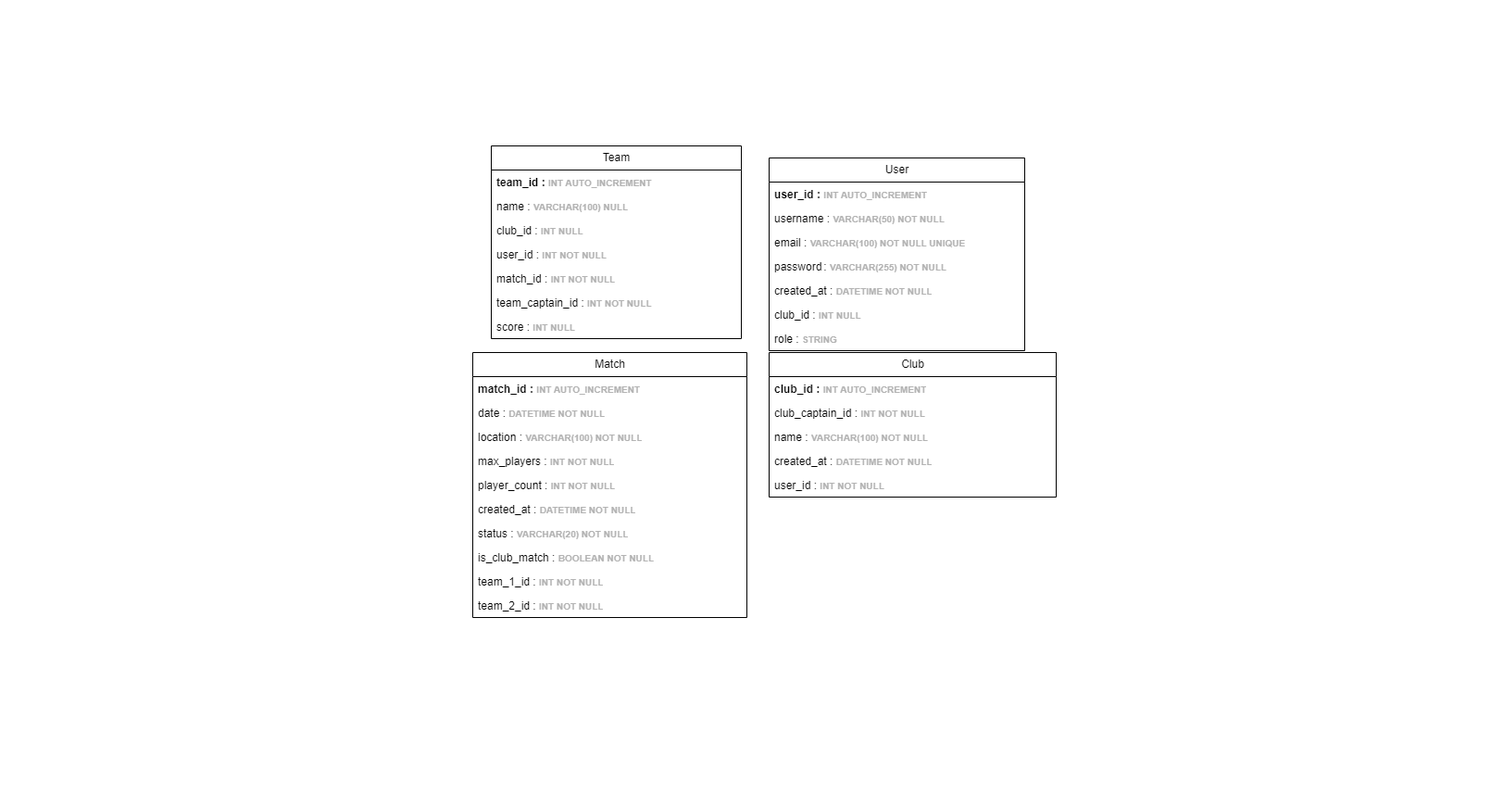
The draw.io diagram MPD.drawio.png in Mathistrg/Styx, before a commit. Source tidied: cells renumbered, new cells last; positions are measured from the earlier drawing's top-left corner, leaving out a move shared by most shapes. Its diagram source:
```xml
<mxGraphModel>
  <root>
    <mxCell id="0" />
    <mxCell id="1" parent="0" />
    <mxCell id="2" style="rounded=0;whiteSpace=wrap;html=1;strokeColor=none;" parent="1" vertex="1">
      <mxGeometry width="1610" height="870" as="geometry" />
    </mxCell>
    <mxCell id="3" value="User" style="swimlane;fontStyle=0;horizontal=1;startSize=26;fillColor=none;html=1;" parent="1" vertex="1">
      <mxGeometry x="830" y="170" width="276" height="208" as="geometry" />
    </mxCell>
    <mxCell id="4" value="&lt;b&gt;user_id :&amp;nbsp;&lt;font style=&quot;font-size: 10px; color: rgb(179, 179, 179);&quot;&gt;INT AUTO_INCREMENT&lt;/font&gt;&lt;/b&gt;" style="text;strokeColor=none;fillColor=none;align=left;verticalAlign=top;spacingLeft=4;spacingRight=4;overflow=hidden;whiteSpace=wrap;html=1;" parent="3" vertex="1">
      <mxGeometry y="26" width="276" height="26" as="geometry" />
    </mxCell>
    <mxCell id="5" value="username :&amp;nbsp;&lt;font color=&quot;#b3b3b3&quot;&gt;&lt;span style=&quot;font-size: 10px;&quot;&gt;&lt;b&gt;VARCHAR(50) NOT NULL&lt;/b&gt;&lt;/span&gt;&lt;/font&gt;" style="text;strokeColor=none;fillColor=none;align=left;verticalAlign=top;spacingLeft=4;spacingRight=4;overflow=hidden;whiteSpace=wrap;html=1;" parent="3" vertex="1">
      <mxGeometry y="52" width="276" height="26" as="geometry" />
    </mxCell>
    <mxCell id="6" value="email :&amp;nbsp;&lt;font color=&quot;#b3b3b3&quot;&gt;&lt;span style=&quot;font-size: 10px;&quot;&gt;&lt;b&gt;VARCHAR(100) NOT NULL UNIQUE&lt;/b&gt;&lt;/span&gt;&lt;/font&gt;" style="text;strokeColor=none;fillColor=none;align=left;verticalAlign=top;spacingLeft=4;spacingRight=4;overflow=hidden;whiteSpace=wrap;html=1;" parent="3" vertex="1">
      <mxGeometry y="78" width="276" height="26" as="geometry" />
    </mxCell>
    <mxCell id="7" value="password&lt;span style=&quot;white-space: pre;&quot;&gt;&#9;&lt;/span&gt;:&amp;nbsp;&lt;font color=&quot;#b3b3b3&quot;&gt;&lt;span style=&quot;font-size: 10px;&quot;&gt;&lt;b&gt;VARCHAR(255) NOT NULL&lt;/b&gt;&lt;/span&gt;&lt;/font&gt;" style="text;strokeColor=none;fillColor=none;align=left;verticalAlign=top;spacingLeft=4;spacingRight=4;overflow=hidden;whiteSpace=wrap;html=1;" parent="3" vertex="1">
      <mxGeometry y="104" width="276" height="26" as="geometry" />
    </mxCell>
    <mxCell id="8" value="created_at :&amp;nbsp;&lt;font color=&quot;#b3b3b3&quot;&gt;&lt;span style=&quot;font-size: 10px;&quot;&gt;&lt;b&gt;DATETIME NOT NULL&lt;/b&gt;&lt;/span&gt;&lt;/font&gt;" style="text;strokeColor=none;fillColor=none;align=left;verticalAlign=top;spacingLeft=4;spacingRight=4;overflow=hidden;whiteSpace=wrap;html=1;" parent="3" vertex="1">
      <mxGeometry y="130" width="276" height="26" as="geometry" />
    </mxCell>
    <mxCell id="9" value="club_id : &lt;font color=&quot;#b3b3b3&quot;&gt;&lt;span style=&quot;font-size: 10px;&quot;&gt;&lt;b&gt;INT NULL&lt;/b&gt;&lt;/span&gt;&lt;/font&gt;" style="text;strokeColor=none;fillColor=none;align=left;verticalAlign=top;spacingLeft=4;spacingRight=4;overflow=hidden;whiteSpace=wrap;html=1;" parent="3" vertex="1">
      <mxGeometry y="156" width="276" height="26" as="geometry" />
    </mxCell>
    <mxCell id="10" value="role : &lt;font color=&quot;#b3b3b3&quot;&gt;&lt;span style=&quot;font-size: 10px;&quot;&gt;&lt;b&gt;STRING&lt;/b&gt;&lt;/span&gt;&lt;/font&gt;" style="text;strokeColor=none;fillColor=none;align=left;verticalAlign=top;spacingLeft=4;spacingRight=4;overflow=hidden;whiteSpace=wrap;html=1;" parent="3" vertex="1">
      <mxGeometry y="182" width="276" height="26" as="geometry" />
    </mxCell>
    <mxCell id="11" value="Match" style="swimlane;fontStyle=0;horizontal=1;startSize=26;fillColor=none;html=1;" parent="1" vertex="1">
      <mxGeometry x="510" y="380" width="296" height="286" as="geometry" />
    </mxCell>
    <mxCell id="12" value="&lt;b&gt;match_id : &lt;/b&gt;&lt;b style=&quot;color: rgb(179, 179, 179); font-size: 10px;&quot;&gt;INT AUTO_INCREMENT&lt;/b&gt;" style="text;strokeColor=none;fillColor=none;align=left;verticalAlign=top;spacingLeft=4;spacingRight=4;overflow=hidden;whiteSpace=wrap;html=1;" parent="11" vertex="1">
      <mxGeometry y="26" width="296" height="26" as="geometry" />
    </mxCell>
    <mxCell id="13" value="date&lt;span style=&quot;white-space: pre;&quot;&gt;&#9;&lt;/span&gt;:&amp;nbsp;&lt;b style=&quot;color: rgb(179, 179, 179); font-size: 10px;&quot;&gt;DATETIME NOT NULL&lt;/b&gt;" style="text;strokeColor=none;fillColor=none;align=left;verticalAlign=top;spacingLeft=4;spacingRight=4;overflow=hidden;whiteSpace=wrap;html=1;" parent="11" vertex="1">
      <mxGeometry y="52" width="296" height="26" as="geometry" />
    </mxCell>
    <mxCell id="14" value="location :&amp;nbsp;&lt;b style=&quot;color: rgb(179, 179, 179); font-size: 10px;&quot;&gt;VARCHAR(100) NOT NULL&lt;/b&gt;" style="text;strokeColor=none;fillColor=none;align=left;verticalAlign=top;spacingLeft=4;spacingRight=4;overflow=hidden;whiteSpace=wrap;html=1;" parent="11" vertex="1">
      <mxGeometry y="78" width="296" height="26" as="geometry" />
    </mxCell>
    <mxCell id="15" value="max_players :&amp;nbsp;&lt;b style=&quot;color: rgb(179, 179, 179); font-size: 10px;&quot;&gt;INT NOT NULL&lt;/b&gt;" style="text;strokeColor=none;fillColor=none;align=left;verticalAlign=top;spacingLeft=4;spacingRight=4;overflow=hidden;whiteSpace=wrap;html=1;" parent="11" vertex="1">
      <mxGeometry y="104" width="296" height="26" as="geometry" />
    </mxCell>
    <mxCell id="16" value="player_count :&amp;nbsp;&lt;b style=&quot;color: rgb(179, 179, 179); font-size: 10px;&quot;&gt;INT NOT NULL&lt;/b&gt;" style="text;strokeColor=none;fillColor=none;align=left;verticalAlign=top;spacingLeft=4;spacingRight=4;overflow=hidden;whiteSpace=wrap;html=1;" parent="11" vertex="1">
      <mxGeometry y="130" width="296" height="26" as="geometry" />
    </mxCell>
    <mxCell id="17" value="created_at :&amp;nbsp;&lt;b style=&quot;color: rgb(179, 179, 179); font-size: 10px;&quot;&gt;DATETIME NOT NULL&lt;/b&gt;" style="text;strokeColor=none;fillColor=none;align=left;verticalAlign=top;spacingLeft=4;spacingRight=4;overflow=hidden;whiteSpace=wrap;html=1;" parent="11" vertex="1">
      <mxGeometry y="156" width="296" height="26" as="geometry" />
    </mxCell>
    <mxCell id="18" value="status :&amp;nbsp;&lt;b style=&quot;color: rgb(179, 179, 179); font-size: 10px;&quot;&gt;VARCHAR(20) NOT NULL&lt;/b&gt;" style="text;strokeColor=none;fillColor=none;align=left;verticalAlign=top;spacingLeft=4;spacingRight=4;overflow=hidden;whiteSpace=wrap;html=1;" parent="11" vertex="1">
      <mxGeometry y="182" width="296" height="26" as="geometry" />
    </mxCell>
    <mxCell id="19" value="is_club_match :&amp;nbsp;&lt;b style=&quot;color: rgb(179, 179, 179); font-size: 10px;&quot;&gt;BOOLEAN NOT NULL&lt;/b&gt;&lt;span style=&quot;white-space: pre;&quot;&gt;&#9;&lt;/span&gt;&lt;span style=&quot;white-space: pre;&quot;&gt;&#9;&lt;/span&gt;&lt;span style=&quot;white-space: pre;&quot;&gt;&#9;&lt;/span&gt;" style="text;strokeColor=none;fillColor=none;align=left;verticalAlign=top;spacingLeft=4;spacingRight=4;overflow=hidden;whiteSpace=wrap;html=1;" parent="11" vertex="1">
      <mxGeometry y="208" width="296" height="26" as="geometry" />
    </mxCell>
    <mxCell id="20" value="team_1_id : &lt;b style=&quot;color: rgb(179, 179, 179); font-size: 10px;&quot;&gt;INT NOT NULL&lt;/b&gt;" style="text;strokeColor=none;fillColor=none;align=left;verticalAlign=top;spacingLeft=4;spacingRight=4;overflow=hidden;whiteSpace=wrap;html=1;" parent="11" vertex="1">
      <mxGeometry y="234" width="296" height="26" as="geometry" />
    </mxCell>
    <mxCell id="21" value="team_2_id : &lt;b style=&quot;color: rgb(179, 179, 179); font-size: 10px;&quot;&gt;INT NOT NULL&lt;/b&gt;" style="text;strokeColor=none;fillColor=none;align=left;verticalAlign=top;spacingLeft=4;spacingRight=4;overflow=hidden;whiteSpace=wrap;html=1;" parent="11" vertex="1">
      <mxGeometry y="260" width="296" height="26" as="geometry" />
    </mxCell>
    <mxCell id="22" value="Club" style="swimlane;fontStyle=0;horizontal=1;startSize=26;fillColor=none;html=1;" parent="1" vertex="1">
      <mxGeometry x="830" y="380" width="310" height="156" as="geometry" />
    </mxCell>
    <mxCell id="23" value="&lt;b&gt;club_id :&amp;nbsp;&lt;font color=&quot;#b3b3b3&quot;&gt;&lt;span style=&quot;font-size: 10px;&quot;&gt;INT AUTO_INCREMENT&lt;/span&gt;&lt;/font&gt;&lt;/b&gt;" style="text;strokeColor=none;fillColor=none;align=left;verticalAlign=top;spacingLeft=4;spacingRight=4;overflow=hidden;whiteSpace=wrap;html=1;" parent="22" vertex="1">
      <mxGeometry y="26" width="310" height="26" as="geometry" />
    </mxCell>
    <mxCell id="24" value="club_captain_id : &lt;b style=&quot;color: rgb(179, 179, 179); font-size: 10px;&quot;&gt;INT NOT NULL&lt;/b&gt;" style="text;strokeColor=none;fillColor=none;align=left;verticalAlign=top;spacingLeft=4;spacingRight=4;overflow=hidden;whiteSpace=wrap;html=1;" parent="22" vertex="1">
      <mxGeometry y="52" width="310" height="26" as="geometry" />
    </mxCell>
    <mxCell id="25" value="name :&amp;nbsp;&lt;b style=&quot;color: rgb(179, 179, 179); font-size: 10px;&quot;&gt;VARCHAR(100) NOT NULL&lt;/b&gt;" style="text;strokeColor=none;fillColor=none;align=left;verticalAlign=top;spacingLeft=4;spacingRight=4;overflow=hidden;whiteSpace=wrap;html=1;" parent="22" vertex="1">
      <mxGeometry y="78" width="310" height="26" as="geometry" />
    </mxCell>
    <mxCell id="26" value="created_at :&amp;nbsp;&lt;b style=&quot;color: rgb(179, 179, 179); font-size: 10px;&quot;&gt;DATETIME NOT NULL&lt;/b&gt;" style="text;strokeColor=none;fillColor=none;align=left;verticalAlign=top;spacingLeft=4;spacingRight=4;overflow=hidden;whiteSpace=wrap;html=1;" parent="22" vertex="1">
      <mxGeometry y="104" width="310" height="26" as="geometry" />
    </mxCell>
    <mxCell id="27" value="user_id : &lt;b style=&quot;color: rgb(179, 179, 179); font-size: 10px;&quot;&gt;INT NOT NULL&lt;/b&gt;" style="text;strokeColor=none;fillColor=none;align=left;verticalAlign=top;spacingLeft=4;spacingRight=4;overflow=hidden;whiteSpace=wrap;html=1;" parent="22" vertex="1">
      <mxGeometry y="130" width="310" height="26" as="geometry" />
    </mxCell>
    <mxCell id="28" value="Team" style="swimlane;fontStyle=0;horizontal=1;startSize=26;fillColor=none;html=1;" parent="1" vertex="1">
      <mxGeometry x="530" y="157" width="270" height="208" as="geometry" />
    </mxCell>
    <mxCell id="29" value="&lt;b&gt;team_id : &lt;/b&gt;&lt;b style=&quot;color: rgb(179, 179, 179); font-size: 10px;&quot;&gt;INT AUTO_INCREMENT&lt;/b&gt;" style="text;strokeColor=none;fillColor=none;align=left;verticalAlign=top;spacingLeft=4;spacingRight=4;overflow=hidden;whiteSpace=wrap;html=1;" parent="28" vertex="1">
      <mxGeometry y="26" width="270" height="26" as="geometry" />
    </mxCell>
    <mxCell id="30" value="name :&amp;nbsp;&lt;b style=&quot;color: rgb(179, 179, 179); font-size: 10px;&quot;&gt;VARCHAR(100) NULL&lt;/b&gt;" style="text;strokeColor=none;fillColor=none;align=left;verticalAlign=top;spacingLeft=4;spacingRight=4;overflow=hidden;whiteSpace=wrap;html=1;" parent="28" vertex="1">
      <mxGeometry y="52" width="270" height="26" as="geometry" />
    </mxCell>
    <mxCell id="31" value="club_id : &lt;b style=&quot;color: rgb(179, 179, 179); font-size: 10px;&quot;&gt;INT NULL&lt;/b&gt;" style="text;strokeColor=none;fillColor=none;align=left;verticalAlign=top;spacingLeft=4;spacingRight=4;overflow=hidden;whiteSpace=wrap;html=1;" parent="28" vertex="1">
      <mxGeometry y="78" width="270" height="26" as="geometry" />
    </mxCell>
    <mxCell id="32" value="user_id : &lt;b style=&quot;color: rgb(179, 179, 179); font-size: 10px;&quot;&gt;INT NOT NULL&lt;/b&gt;" style="text;strokeColor=none;fillColor=none;align=left;verticalAlign=top;spacingLeft=4;spacingRight=4;overflow=hidden;whiteSpace=wrap;html=1;" parent="28" vertex="1">
      <mxGeometry y="104" width="270" height="26" as="geometry" />
    </mxCell>
    <mxCell id="33" value="match_id : &lt;b style=&quot;color: rgb(179, 179, 179); font-size: 10px;&quot;&gt;INT NOT NULL&lt;/b&gt;" style="text;strokeColor=none;fillColor=none;align=left;verticalAlign=top;spacingLeft=4;spacingRight=4;overflow=hidden;whiteSpace=wrap;html=1;" parent="28" vertex="1">
      <mxGeometry y="130" width="270" height="26" as="geometry" />
    </mxCell>
    <mxCell id="34" value="team_captain_id : &lt;b style=&quot;color: rgb(179, 179, 179); font-size: 10px;&quot;&gt;INT NOT NULL&lt;/b&gt;" style="text;strokeColor=none;fillColor=none;align=left;verticalAlign=top;spacingLeft=4;spacingRight=4;overflow=hidden;whiteSpace=wrap;html=1;" parent="28" vertex="1">
      <mxGeometry y="156" width="270" height="26" as="geometry" />
    </mxCell>
    <mxCell id="35" value="score :&amp;nbsp;&lt;b style=&quot;color: rgb(179, 179, 179); font-size: 10px;&quot;&gt;INT NULL&lt;/b&gt;" style="text;strokeColor=none;fillColor=none;align=left;verticalAlign=top;spacingLeft=4;spacingRight=4;overflow=hidden;whiteSpace=wrap;html=1;" parent="28" vertex="1">
      <mxGeometry y="182" width="270" height="26" as="geometry" />
    </mxCell>
  </root>
</mxGraphModel>
```
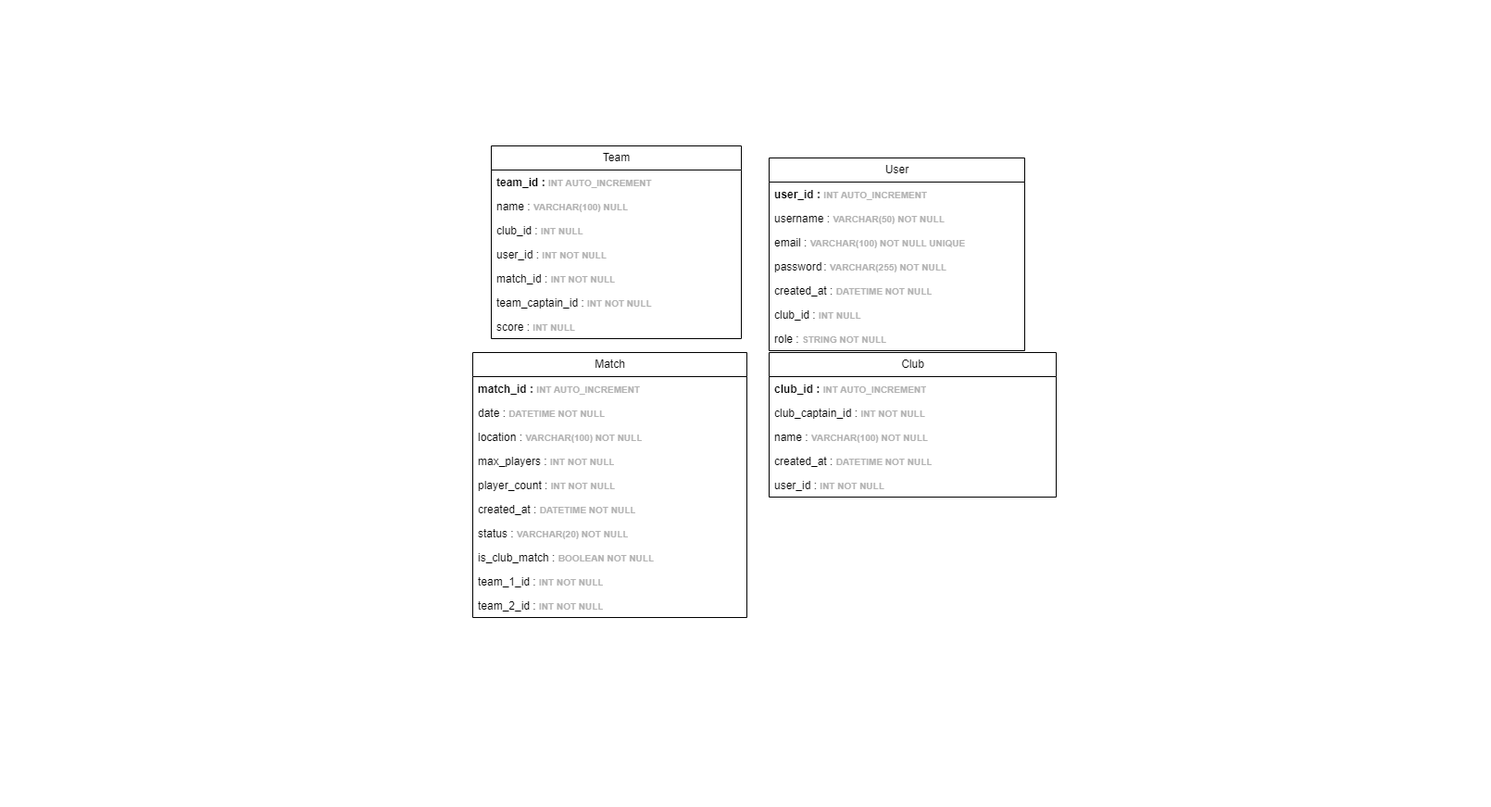
Later version of the same file.

Commit message:
Mettre à jour MPD.drawio.png

Change to the diagram source:
```diff
@@ -26,7 +26,7 @@
     <mxCell id="9" value="club_id : &lt;font color=&quot;#b3b3b3&quot;&gt;&lt;span style=&quot;font-size: 10px;&quot;&gt;&lt;b&gt;INT NULL&lt;/b&gt;&lt;/span&gt;&lt;/font&gt;" style="text;strokeColor=none;fillColor=none;align=left;verticalAlign=top;spacingLeft=4;spacingRight=4;overflow=hidden;whiteSpace=wrap;html=1;" parent="3" vertex="1">
       <mxGeometry y="156" width="276" height="26" as="geometry" />
     </mxCell>
-    <mxCell id="10" value="role : &lt;font color=&quot;#b3b3b3&quot;&gt;&lt;span style=&quot;font-size: 10px;&quot;&gt;&lt;b&gt;STRING&lt;/b&gt;&lt;/span&gt;&lt;/font&gt;" style="text;strokeColor=none;fillColor=none;align=left;verticalAlign=top;spacingLeft=4;spacingRight=4;overflow=hidden;whiteSpace=wrap;html=1;" parent="3" vertex="1">
+    <mxCell id="10" value="role : &lt;font color=&quot;#b3b3b3&quot;&gt;&lt;span style=&quot;font-size: 10px;&quot;&gt;&lt;b&gt;STRING NOT NULL&lt;/b&gt;&lt;/span&gt;&lt;/font&gt;" style="text;strokeColor=none;fillColor=none;align=left;verticalAlign=top;spacingLeft=4;spacingRight=4;overflow=hidden;whiteSpace=wrap;html=1;" parent="3" vertex="1">
       <mxGeometry y="182" width="276" height="26" as="geometry" />
     </mxCell>
     <mxCell id="11" value="Match" style="swimlane;fontStyle=0;horizontal=1;startSize=26;fillColor=none;html=1;" parent="1" vertex="1">
```
